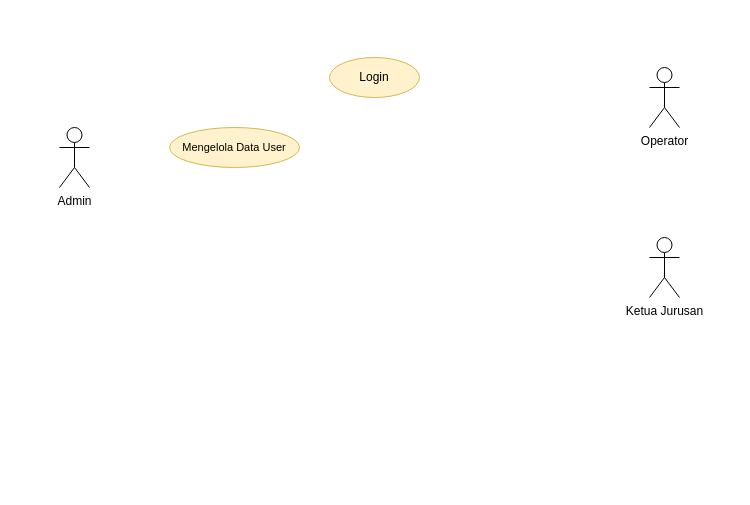
The draw.io diagram usecase-skripsi.drawio in wahyupambudi/skripsi-skom, before the edit. Source tidied: cells renumbered, new cells numbered last; positions are measured from the earlier drawing's top-left corner, leaving out a move shared by most shapes. Both pictures are drawn from the tidied source at 100%, with x=0, y=0 at pixel (59, 57).
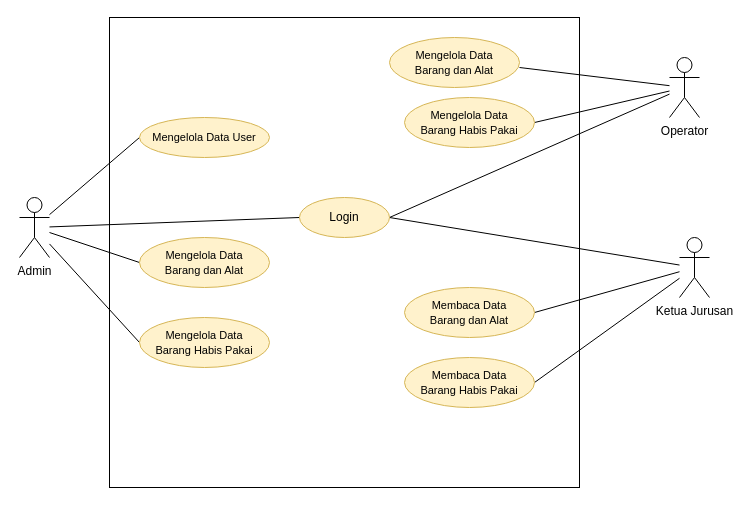
The same page after the edit.

Change to the diagram source:
```diff
@@
+    <mxCell id="7" style="edgeStyle=none;rounded=0;jettySize=auto;html=1;entryX=0;entryY=0.5;entryDx=0;entryDy=0;fontSize=11;endArrow=none;endFill=0;" parent="1" edge="1" source="2" target="6">
+      <mxGeometry relative="1" as="geometry" />
+    </mxCell>
+    <mxCell id="8" style="edgeStyle=none;rounded=0;jettySize=auto;html=1;entryX=0;entryY=0.5;entryDx=0;entryDy=0;fontSize=11;endArrow=none;endFill=0;" parent="1" edge="1" source="2" target="18">
+      <mxGeometry relative="1" as="geometry" />
+    </mxCell>
+    <mxCell id="9" style="edgeStyle=none;rounded=0;jettySize=auto;html=1;entryX=0;entryY=0.5;entryDx=0;entryDy=0;fontSize=11;endArrow=none;endFill=0;" parent="1" edge="1" source="2" target="19">
+      <mxGeometry relative="1" as="geometry" />
+    </mxCell>
+    <mxCell id="10" style="edgeStyle=none;rounded=0;jettySize=auto;html=1;entryX=0;entryY=0.5;entryDx=0;entryDy=0;fontSize=11;endArrow=none;endFill=0;" parent="1" edge="1" source="2" target="5">
+      <mxGeometry relative="1" as="geometry" />
+    </mxCell>
     <mxCell id="2" value="Admin" style="shape=umlActor;verticalLabelPosition=bottom;verticalAlign=top;html=1;outlineConnect=0;" parent="1" vertex="1">
-      <mxGeometry y="70" width="30" height="60" as="geometry" />
+      <mxGeometry x="-40" y="140" width="30" height="60" as="geometry" />
     </mxCell>
+    <mxCell id="11" style="edgeStyle=none;rounded=0;jettySize=auto;html=1;entryX=1;entryY=0.5;entryDx=0;entryDy=0;fontSize=11;endArrow=none;endFill=0;" parent="1" edge="1" source="3" target="20">
+      <mxGeometry relative="1" as="geometry" />
+    </mxCell>
+    <mxCell id="12" style="edgeStyle=none;rounded=0;jettySize=auto;html=1;entryX=1;entryY=0.5;entryDx=0;entryDy=0;fontSize=11;endArrow=none;endFill=0;" parent="1" edge="1" source="3" target="21">
+      <mxGeometry relative="1" as="geometry" />
+    </mxCell>
+    <mxCell id="13" style="edgeStyle=none;rounded=0;jettySize=auto;html=1;fontSize=11;endArrow=none;endFill=0;entryX=1;entryY=0.5;entryDx=0;entryDy=0;" parent="1" edge="1" source="3" target="5">
+      <mxGeometry relative="1" as="geometry" />
+    </mxCell>
     <mxCell id="3" value="Ketua Jurusan" style="shape=umlActor;verticalLabelPosition=bottom;verticalAlign=top;html=1;outlineConnect=0;" parent="1" vertex="1">
-      <mxGeometry x="590" y="180" width="30" height="60" as="geometry" />
+      <mxGeometry x="620" y="180" width="30" height="60" as="geometry" />
     </mxCell>
+    <mxCell id="14" style="whiteSpace=wrap;html=1;fontSize=11;fillColor=none;strokeColor=default;" parent="1" vertex="1">
+      <mxGeometry x="50" y="-40" width="470" height="470" as="geometry" />
+    </mxCell>
+    <mxCell id="15" style="edgeStyle=none;rounded=0;jettySize=auto;html=1;entryX=1;entryY=0.5;entryDx=0;entryDy=0;fontSize=11;endArrow=none;endFill=0;" parent="1" edge="1" source="4" target="5">
+      <mxGeometry relative="1" as="geometry" />
+    </mxCell>
+    <mxCell id="16" style="edgeStyle=none;rounded=0;jettySize=auto;html=1;fontSize=11;endArrow=none;endFill=0;" parent="1" edge="1" source="4">
+      <mxGeometry relative="1" as="geometry">
+        <mxPoint x="460" y="10" as="targetPoint" />
+      </mxGeometry>
+    </mxCell>
+    <mxCell id="17" style="edgeStyle=none;rounded=0;jettySize=auto;html=1;entryX=1;entryY=0.5;entryDx=0;entryDy=0;fontSize=11;endArrow=none;endFill=0;" parent="1" edge="1" source="4" target="23">
+      <mxGeometry relative="1" as="geometry" />
+    </mxCell>
     <mxCell id="4" value="Operator" style="shape=umlActor;verticalLabelPosition=bottom;verticalAlign=top;html=1;outlineConnect=0;" parent="1" vertex="1">
-      <mxGeometry x="590" y="10" width="30" height="60" as="geometry" />
+      <mxGeometry x="610" width="30" height="60" as="geometry" />
     </mxCell>
     <mxCell id="5" value="Login" style="ellipse;whiteSpace=wrap;html=1;fillColor=#fff2cc;strokeColor=#d6b656;" parent="1" vertex="1">
-      <mxGeometry x="270" width="90" height="40" as="geometry" />
+      <mxGeometry x="240" y="140" width="90" height="40" as="geometry" />
     </mxCell>
     <mxCell id="6" value="&lt;font style=&quot;font-size: 11px;&quot;&gt;Mengelola Data User&lt;/font&gt;" style="ellipse;whiteSpace=wrap;html=1;fillColor=#fff2cc;strokeColor=#d6b656;" parent="1" vertex="1">
-      <mxGeometry x="110" y="70" width="130" height="40" as="geometry" />
+      <mxGeometry x="80" y="60" width="130" height="40" as="geometry" />
     </mxCell>
+    <mxCell id="18" value="&lt;div&gt;&lt;font style=&quot;font-size: 11px;&quot;&gt;Mengelola Data &lt;br&gt;&lt;/font&gt;&lt;/div&gt;&lt;div&gt;&lt;font style=&quot;font-size: 11px;&quot;&gt;Barang dan Alat&lt;/font&gt;&lt;/div&gt;" style="ellipse;whiteSpace=wrap;html=1;fillColor=#fff2cc;strokeColor=#d6b656;" parent="1" vertex="1">
+      <mxGeometry x="80" y="180" width="130" height="50" as="geometry" />
+    </mxCell>
+    <mxCell id="19" value="&lt;div&gt;&lt;font style=&quot;font-size: 11px;&quot;&gt;Mengelola Data &lt;br&gt;&lt;/font&gt;&lt;/div&gt;&lt;div&gt;&lt;font style=&quot;font-size: 11px;&quot;&gt;Barang Habis Pakai&lt;/font&gt;&lt;/div&gt;" style="ellipse;whiteSpace=wrap;html=1;fillColor=#fff2cc;strokeColor=#d6b656;" parent="1" vertex="1">
+      <mxGeometry x="80" y="260" width="130" height="50" as="geometry" />
+    </mxCell>
+    <mxCell id="20" value="&lt;div&gt;&lt;font style=&quot;font-size: 11px;&quot;&gt;Membaca Data &lt;br&gt;&lt;/font&gt;&lt;/div&gt;&lt;div&gt;&lt;font style=&quot;font-size: 11px;&quot;&gt;Barang dan Alat&lt;/font&gt;&lt;/div&gt;" style="ellipse;whiteSpace=wrap;html=1;fillColor=#fff2cc;strokeColor=#d6b656;" parent="1" vertex="1">
+      <mxGeometry x="345" y="230" width="130" height="50" as="geometry" />
+    </mxCell>
+    <mxCell id="21" value="&lt;div&gt;&lt;font style=&quot;font-size: 11px;&quot;&gt;Membaca Data &lt;br&gt;&lt;/font&gt;&lt;/div&gt;&lt;div&gt;&lt;font style=&quot;font-size: 11px;&quot;&gt;Barang Habis Pakai&lt;br&gt;&lt;/font&gt;&lt;/div&gt;" style="ellipse;whiteSpace=wrap;html=1;fillColor=#fff2cc;strokeColor=#d6b656;" parent="1" vertex="1">
+      <mxGeometry x="345" y="300" width="130" height="50" as="geometry" />
+    </mxCell>
+    <mxCell id="22" value="&lt;div&gt;&lt;font style=&quot;font-size: 11px;&quot;&gt;Mengelola Data &lt;br&gt;&lt;/font&gt;&lt;/div&gt;&lt;div&gt;&lt;font style=&quot;font-size: 11px;&quot;&gt;Barang dan Alat&lt;/font&gt;&lt;/div&gt;" style="ellipse;whiteSpace=wrap;html=1;fillColor=#fff2cc;strokeColor=#d6b656;" parent="1" vertex="1">
+      <mxGeometry x="330" y="-20" width="130" height="50" as="geometry" />
+    </mxCell>
+    <mxCell id="23" value="&lt;div&gt;&lt;font style=&quot;font-size: 11px;&quot;&gt;Mengelola Data &lt;br&gt;&lt;/font&gt;&lt;/div&gt;&lt;div&gt;&lt;font style=&quot;font-size: 11px;&quot;&gt;Barang Habis Pakai&lt;/font&gt;&lt;/div&gt;" style="ellipse;whiteSpace=wrap;html=1;fillColor=#fff2cc;strokeColor=#d6b656;" parent="1" vertex="1">
+      <mxGeometry x="345" y="40" width="130" height="50" as="geometry" />
+    </mxCell>
```
